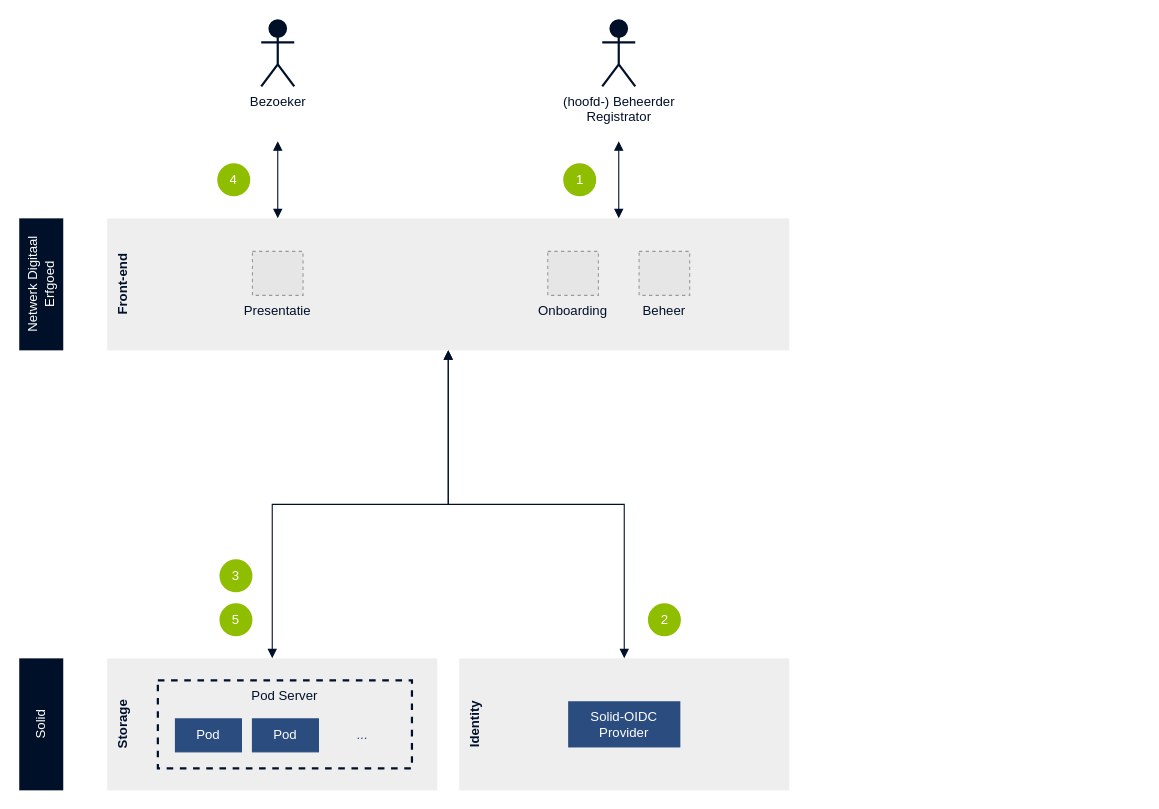
This is docs/modules/ROOT/images/architecture-now.drawio from netwerk-digitaal-erfgoed/solid-crs, a draw.io file, before an edit. Source tidied: cells renumbered, new cells numbered last; positions are measured from the earlier drawing's top-left corner, leaving out a move shared by most shapes. Both pictures are drawn from the tidied source at 110%, with x=0, y=0 at pixel (-25, 20). Pictures stored in the file or linked from it are replaced by grey dashed boxes.
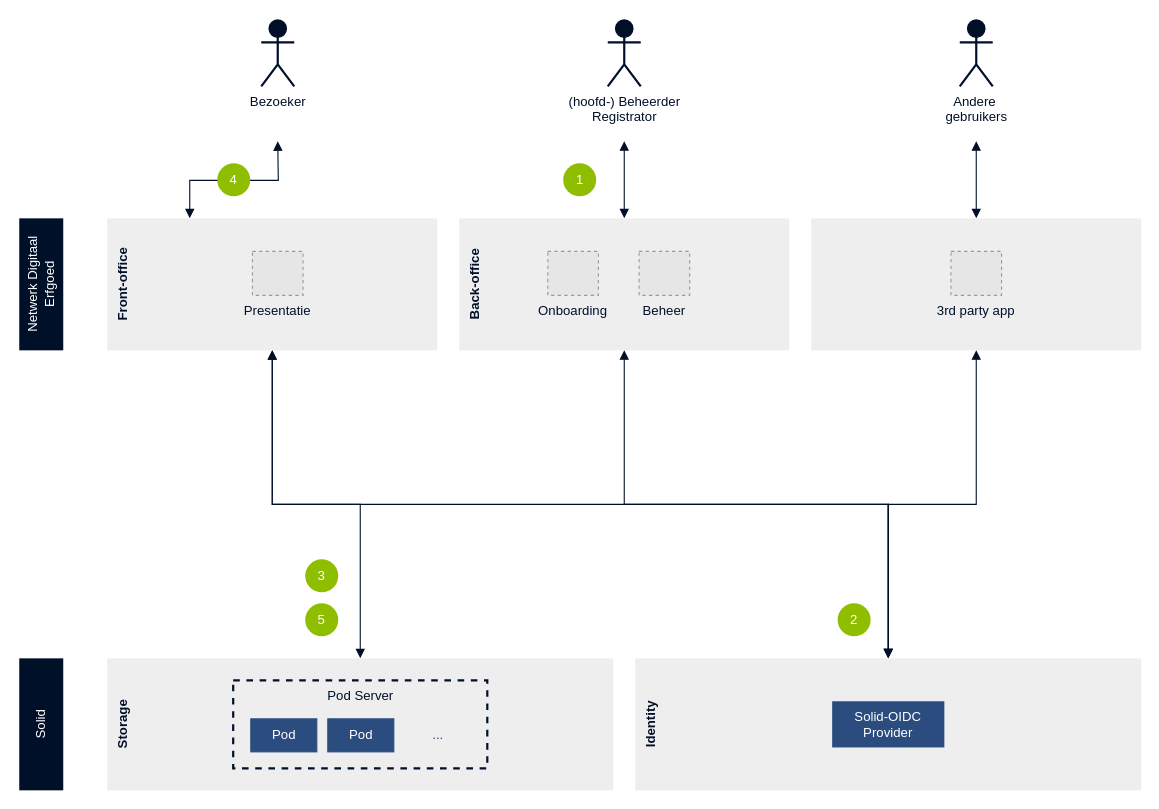
The same diagram, later.

Commit message (it also covers changes not shown here):
docs: added third party apps to architecture

The edit, as a diff of the source:
```diff
@@
+    <mxCell id="26" value="Back-office" style="rounded=0;whiteSpace=wrap;html=1;horizontal=0;verticalAlign=top;fontStyle=1;fillColor=#EEE;strokeColor=none;fontColor=#001029;" parent="1" vertex="1">
+      <mxGeometry x="440" y="180" width="300" height="120" as="geometry" />
+    </mxCell>
@@
-    <mxCell id="3" value="Front-end" style="rounded=0;whiteSpace=wrap;html=1;horizontal=0;verticalAlign=top;fontStyle=1;fillColor=#EEE;strokeColor=none;fontColor=#001029;" parent="1" vertex="1">
-      <mxGeometry x="120" y="180" width="620" height="120" as="geometry" />
+    <mxCell id="3" value="Front-office" style="rounded=0;whiteSpace=wrap;html=1;horizontal=0;verticalAlign=top;fontStyle=1;fillColor=#EEE;strokeColor=none;fontColor=#001029;" parent="1" vertex="1">
+      <mxGeometry x="120" y="180" width="300" height="120" as="geometry" />
     </mxCell>
@@
     <mxCell id="10" value="(hoofd-) Beheerder&lt;br&gt;Registrator" style="shape=umlActor;verticalLabelPosition=bottom;verticalAlign=top;html=1;strokeWidth=2;fontColor=#001028;fillColor=#001028;strokeColor=#001028;" parent="1" vertex="1">
-      <mxGeometry x="570" width="30" height="60" as="geometry" />
+      <mxGeometry x="575" width="30" height="60" as="geometry" />
     </mxCell>
-    <mxCell id="11" style="edgeStyle=orthogonalEdgeStyle;rounded=0;jettySize=auto;html=1;exitX=0.75;exitY=0;exitDx=0;exitDy=0;startArrow=block;startFill=1;endArrow=block;endFill=1;strokeColor=#001028;fontColor=#FFFFFF;" parent="1" edge="1" source="3">
+    <mxCell id="11" style="edgeStyle=orthogonalEdgeStyle;rounded=0;jettySize=auto;html=1;exitX=0.5;exitY=0;exitDx=0;exitDy=0;startArrow=block;startFill=1;endArrow=block;endFill=1;strokeColor=#001028;fontColor=#FFFFFF;" parent="1" edge="1" source="26">
       <mxGeometry relative="1" as="geometry">
-        <mxPoint x="585" y="110" as="targetPoint" />
+        <mxPoint x="590" y="110" as="targetPoint" />
       </mxGeometry>
     </mxCell>
@@
     <mxCell id="13" value="Storage" style="rounded=0;whiteSpace=wrap;html=1;horizontal=0;verticalAlign=top;fontStyle=1;fillColor=#EEE;strokeColor=none;fontColor=#001029;" parent="1" vertex="1">
-      <mxGeometry x="120" y="580" width="300" height="120" as="geometry" />
+      <mxGeometry x="120" y="580" width="460" height="120" as="geometry" />
     </mxCell>
     <mxCell id="14" value="Identity" style="rounded=0;whiteSpace=wrap;html=1;horizontal=0;verticalAlign=top;fontStyle=1;fillColor=#EEE;strokeColor=none;fontColor=#001029;" parent="1" vertex="1">
-      <mxGeometry x="440" y="580" width="300" height="120" as="geometry" />
+      <mxGeometry x="600" y="580" width="460" height="120" as="geometry" />
     </mxCell>
     <mxCell id="15" value="Solid-OIDC&lt;br&gt;Provider" style="rounded=0;whiteSpace=wrap;html=1;strokeWidth=2;fillColor=#2B4C7F;fontColor=#FFFFFF;strokeColor=#2B4C7F;" parent="1" vertex="1">
-      <mxGeometry x="540" y="620" width="100" height="40" as="geometry" />
+      <mxGeometry x="780" y="620" width="100" height="40" as="geometry" />
     </mxCell>
     <mxCell id="16" value="Pod Server" style="rounded=0;whiteSpace=wrap;html=1;horizontal=1;verticalAlign=top;strokeWidth=2;dashed=1;fillColor=none;strokeColor=#001028;fontColor=#001028;" parent="1" vertex="1">
-      <mxGeometry x="166" y="600" width="231" height="80" as="geometry" />
+      <mxGeometry x="234.5" y="600" width="231" height="80" as="geometry" />
     </mxCell>
     <mxCell id="17" value="Pod" style="rounded=0;whiteSpace=wrap;html=1;fillColor=#2B4C7F;fontColor=#FFFFFF;strokeColor=#2B4C7F;" parent="1" vertex="1">
-      <mxGeometry x="182" y="635" width="60" height="30" as="geometry" />
+      <mxGeometry x="250.5" y="635" width="60" height="30" as="geometry" />
     </mxCell>
     <mxCell id="18" value="Pod" style="rounded=0;whiteSpace=wrap;html=1;fillColor=#2B4C7F;fontColor=#FFFFFF;strokeColor=#2B4C7F;" parent="1" vertex="1">
-      <mxGeometry x="252" y="635" width="60" height="30" as="geometry" />
+      <mxGeometry x="320.5" y="635" width="60" height="30" as="geometry" />
     </mxCell>
     <mxCell id="19" value="..." style="rounded=0;whiteSpace=wrap;html=1;strokeColor=none;fillColor=none;fontColor=#2B4C7F;" parent="1" vertex="1">
-      <mxGeometry x="322" y="635" width="60" height="30" as="geometry" />
+      <mxGeometry x="390.5" y="635" width="60" height="30" as="geometry" />
     </mxCell>
@@
     <mxCell id="23" value="2" style="ellipse;whiteSpace=wrap;html=1;fontColor=#FFFFFF;fillColor=#8FBE00;strokeColor=none;" parent="1" vertex="1">
-      <mxGeometry x="611.5" y="530" width="30" height="30" as="geometry" />
+      <mxGeometry x="784" y="530" width="30" height="30" as="geometry" />
     </mxCell>
     <mxCell id="24" value="5" style="ellipse;whiteSpace=wrap;html=1;fontColor=#FFFFFF;fillColor=#8FBE00;strokeColor=none;" parent="1" vertex="1">
-      <mxGeometry x="222" y="530" width="30" height="30" as="geometry" />
+      <mxGeometry x="300" y="530" width="30" height="30" as="geometry" />
     </mxCell>
     <mxCell id="25" value="3" style="ellipse;whiteSpace=wrap;html=1;fontColor=#FFFFFF;fillColor=#8FBE00;strokeColor=none;" parent="1" vertex="1">
-      <mxGeometry x="222" y="490" width="30" height="30" as="geometry" />
+      <mxGeometry x="300" y="490" width="30" height="30" as="geometry" />
     </mxCell>
+    <mxCell id="27" style="edgeStyle=orthogonalEdgeStyle;rounded=0;jettySize=auto;html=1;exitX=0.5;exitY=0;exitDx=0;exitDy=0;startArrow=block;startFill=1;endArrow=block;endFill=1;strokeColor=#001028;fontColor=#FFFFFF;entryX=0.5;entryY=1;entryDx=0;entryDy=0;" parent="1" edge="1" source="14" target="26">
+      <mxGeometry relative="1" as="geometry" />
+    </mxCell>
+    <mxCell id="28" style="rounded=0;whiteSpace=wrap;html=1;horizontal=0;verticalAlign=top;fontStyle=1;fillColor=#EEE;strokeColor=none;fontColor=#001029;" parent="1" vertex="1">
+      <mxGeometry x="760" y="180" width="300" height="120" as="geometry" />
+    </mxCell>
+    <mxCell id="29" value="Andere&amp;nbsp;&lt;br&gt;gebruikers" style="shape=umlActor;verticalLabelPosition=bottom;verticalAlign=top;html=1;strokeWidth=2;fontColor=#001028;fillColor=#001028;strokeColor=#001028;" parent="1" vertex="1">
+      <mxGeometry x="895" width="30" height="60" as="geometry" />
+    </mxCell>
+    <mxCell id="30" style="edgeStyle=orthogonalEdgeStyle;rounded=0;jettySize=auto;html=1;exitX=0.5;exitY=0;exitDx=0;exitDy=0;startArrow=block;startFill=1;endArrow=block;endFill=1;strokeColor=#001028;fontColor=#FFFFFF;" parent="1" edge="1" source="28">
+      <mxGeometry relative="1" as="geometry">
+        <mxPoint x="910" y="110" as="targetPoint" />
+      </mxGeometry>
+    </mxCell>
+    <mxCell id="31" value="3rd party app" style="fillColor=#E6E6E6;strokeColor=#999999;dashed=1;verticalLabelPosition=bottom;verticalAlign=top;fontColor=#001028;" parent="1" vertex="1">
+      <mxGeometry x="887" y="210" width="46" height="40" as="geometry" />
+    </mxCell>
+    <mxCell id="32" style="edgeStyle=orthogonalEdgeStyle;rounded=0;jettySize=auto;html=1;exitX=0.5;exitY=0;exitDx=0;exitDy=0;startArrow=block;startFill=1;endArrow=block;endFill=1;strokeColor=#001028;fontColor=#FFFFFF;entryX=0.5;entryY=1;entryDx=0;entryDy=0;" parent="1" edge="1" source="14" target="28">
+      <mxGeometry relative="1" as="geometry" />
+    </mxCell>
```
